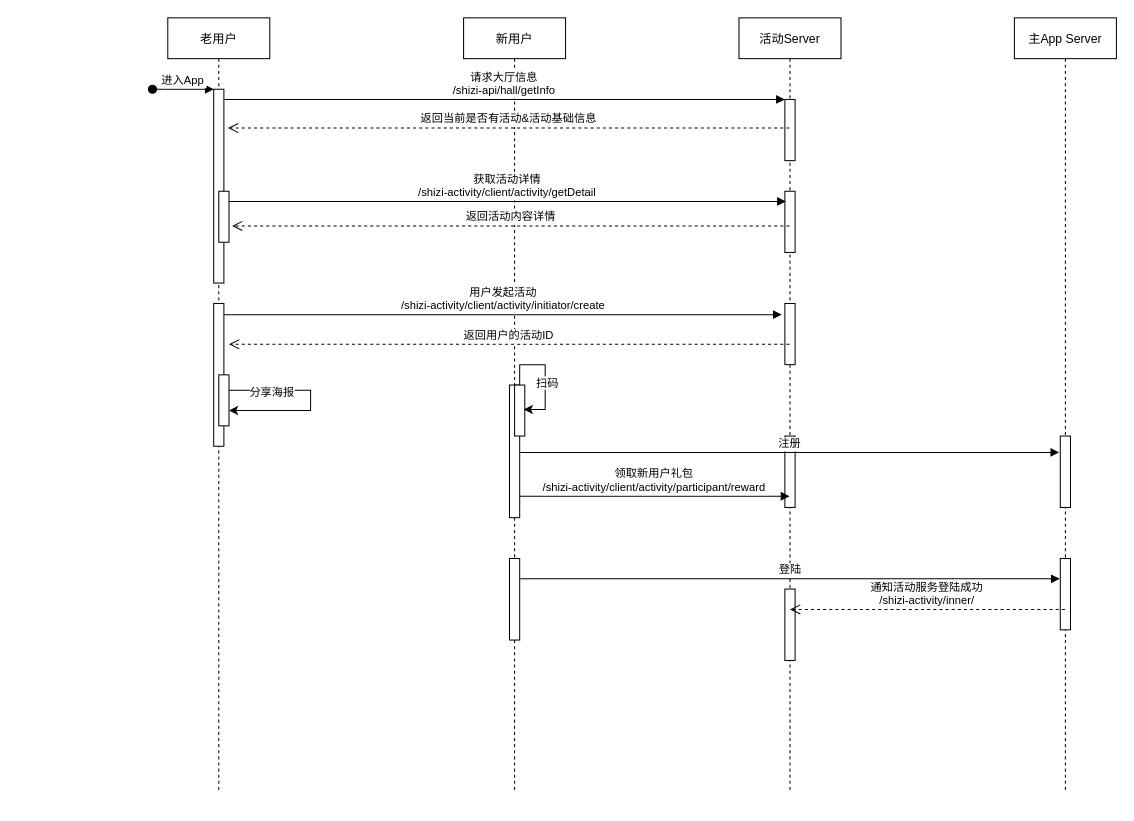
Before: 识字-裂变-时序图.drawio in wgyuuu/flow_chart, a draw.io diagram. Source tidied: cells renumbered, new cells numbered last; positions are measured from the earlier drawing's top-left corner, leaving out a move shared by most shapes. Both pictures are drawn from the tidied source at 102%, with x=0, y=0 at pixel (152, 17).
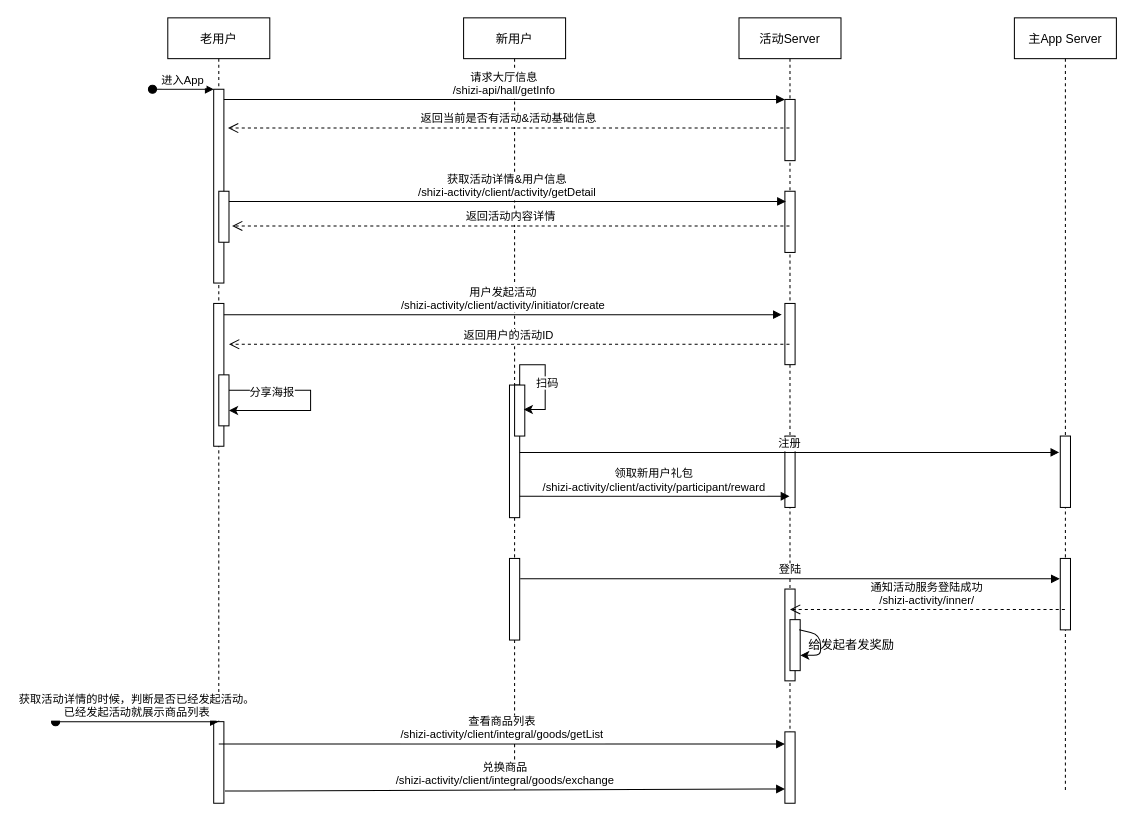
Above is the later version.

Commit message:
Update 识字-裂变-时序图.drawio

Unchanged cells that the change refers to:
```xml
<mxCell id="11" value="活动Server" style="shape=umlLifeline;perimeter=lifelinePerimeter;rounded=0;shadow=0;strokeWidth=1;" parent="1" vertex="1">
  <mxGeometry x="575" width="100" height="760" as="geometry" />
</mxCell>
<mxCell id="13" style="points=[];perimeter=orthogonalPerimeter;rounded=0;shadow=0;strokeWidth=1;" parent="11" vertex="1">
  <mxGeometry x="45" y="170" width="10" height="60" as="geometry" />
</mxCell>
```

Diff of the diagram source:
```diff
@@
     <mxCell id="2" value="老用户" style="shape=umlLifeline;perimeter=lifelinePerimeter;rounded=0;shadow=0;strokeWidth=1;" parent="1" vertex="1">
-      <mxGeometry x="15" width="100" height="760" as="geometry" />
+      <mxGeometry x="15" width="100" height="770" as="geometry" />
     </mxCell>
@@
+    <mxCell id="35" style="points=[];perimeter=orthogonalPerimeter;rounded=0;shadow=0;strokeWidth=1;" parent="2" vertex="1">
+      <mxGeometry x="45" y="690" width="10" height="80" as="geometry" />
+    </mxCell>
@@
+    <mxCell id="36" style="points=[];perimeter=orthogonalPerimeter;rounded=0;shadow=0;strokeWidth=1;" parent="11" vertex="1">
+      <mxGeometry x="45" y="700" width="10" height="70" as="geometry" />
+    </mxCell>
@@
-    <mxCell id="17" value="获取活动详情&#10;/shizi-activity/client/activity/getDetail" style="verticalAlign=bottom;endArrow=block;shadow=0;strokeWidth=1;entryX=0.1;entryY=0.167;entryDx=0;entryDy=0;entryPerimeter=0;" parent="1" edge="1" target="13">
+    <mxCell id="17" value="获取活动详情&amp;用户信息&#10;/shizi-activity/client/activity/getDetail" style="verticalAlign=bottom;endArrow=block;shadow=0;strokeWidth=1;entryX=0.1;entryY=0.167;entryDx=0;entryDy=0;entryPerimeter=0;" parent="1" edge="1" target="13">
       <mxGeometry relative="1" as="geometry">
         <mxPoint x="75" y="180" as="sourcePoint" />
       </mxGeometry>
     </mxCell>
@@
     <mxCell id="33" style="perimeter=orthogonalPerimeter;rounded=0;shadow=0;strokeWidth=1;" parent="1" vertex="1">
-      <mxGeometry x="620" y="560" width="10" height="70" as="geometry" />
+      <mxGeometry x="620" y="560" width="10" height="90" as="geometry" />
     </mxCell>
@@
+    <mxCell id="37" style="points=[];perimeter=orthogonalPerimeter;rounded=0;shadow=0;strokeWidth=1;" parent="1" vertex="1">
+      <mxGeometry x="625" y="590" width="10" height="50" as="geometry" />
+    </mxCell>
+    <mxCell id="38" style="endArrow=classic;html=1;exitX=0.9;exitY=0.2;exitDx=0;exitDy=0;exitPerimeter=0;edgeStyle=orthogonalEdgeStyle;elbow=horizontal;" parent="1" edge="1" source="37" target="37">
+      <mxGeometry relative="1" as="geometry" />
+    </mxCell>
+    <mxCell id="39" value="给发起者发奖励" style="text;html=1;align=center;verticalAlign=middle;strokeColor=none;" parent="1" vertex="1">
+      <mxGeometry x="635" y="605" width="100" height="20" as="geometry" />
+    </mxCell>
+    <mxCell id="40" value="兑换商品&#10;/shizi-activity/client/integral/goods/exchange" style="verticalAlign=bottom;endArrow=block;shadow=0;strokeWidth=1;entryX=0;entryY=0.8;entryDx=0;entryDy=0;entryPerimeter=0;exitX=1.1;exitY=0.85;exitDx=0;exitDy=0;exitPerimeter=0;" parent="1" edge="1" source="35" target="36">
+      <mxGeometry relative="1" as="geometry" />
+    </mxCell>
+    <mxCell id="41" value="查看商品列表&#10;/shizi-activity/client/integral/goods/getList" style="verticalAlign=bottom;endArrow=block;shadow=0;strokeWidth=1;exitX=1.1;exitY=0.85;exitDx=0;exitDy=0;exitPerimeter=0;" parent="1" edge="1" target="36">
+      <mxGeometry relative="1" as="geometry">
+        <mxPoint x="65" y="712" as="sourcePoint" />
+      </mxGeometry>
+    </mxCell>
+    <mxCell id="42" value="获取活动详情的时候，判断是否已经发起活动。&#10;已经发起活动就展示商品列表" style="verticalAlign=bottom;startArrow=oval;endArrow=block;startSize=8;shadow=0;strokeWidth=1;" parent="1" edge="1">
+      <mxGeometry relative="1" as="geometry">
+        <mxPoint x="-95" y="690" as="sourcePoint" />
+        <mxPoint x="65" y="690" as="targetPoint" />
+      </mxGeometry>
+    </mxCell>
```
